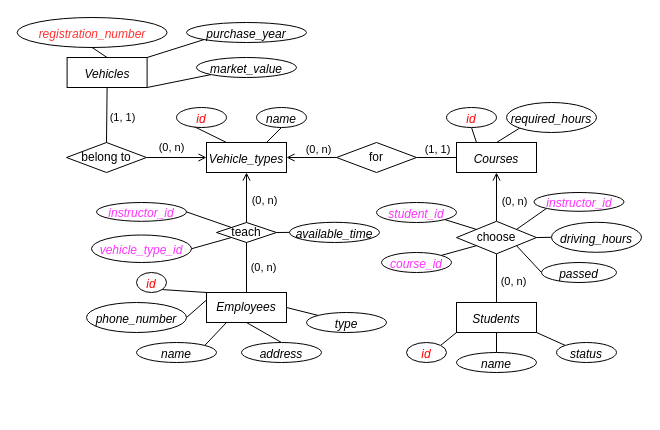
The draw.io diagram 未命名绘图.drawio in Jiangyan-WANG/study_brhm, before the edit. Source tidied: cells renumbered, new cells numbered last; positions are measured from the earlier drawing's top-left corner, leaving out a move shared by most shapes. Both pictures are drawn from the tidied source at 100%, with x=0, y=0 at pixel (17, 17).
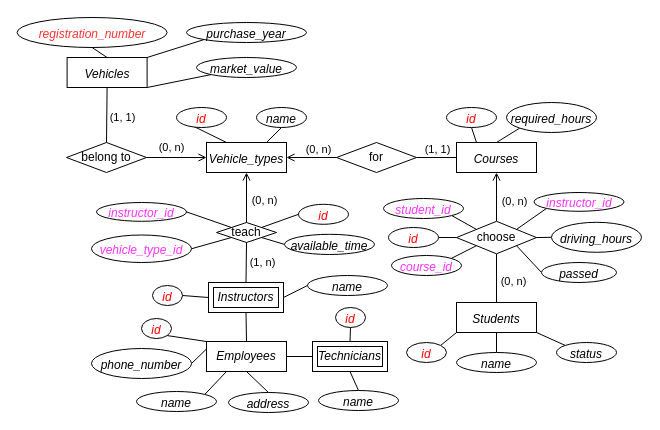
The same page after the edit.

The change refers to these unchanged cells:
```xml
<mxCell id="19" value="choose" style="rhombus;whiteSpace=wrap;html=1;" parent="1" vertex="1">
  <mxGeometry x="439" y="203.8" width="80" height="32.5" as="geometry" />
</mxCell>
<mxCell id="43" value="teach" style="rhombus;whiteSpace=wrap;html=1;" parent="1" vertex="1">
  <mxGeometry x="199" y="205" width="60" height="20" as="geometry" />
</mxCell>
```

What changed in the source:
```diff
@@
-    <mxCell id="20" style="edgeStyle=none;rounded=0;jettySize=auto;html=1;exitX=1;exitY=0.5;exitDx=0;exitDy=0;entryX=0;entryY=0;entryDx=0;entryDy=0;endArrow=none;endFill=0;" parent="1" edge="1" source="22" target="29">
-      <mxGeometry relative="1" as="geometry" />
-    </mxCell>
-    <mxCell id="21" style="edgeStyle=none;rounded=0;jettySize=auto;html=1;exitX=0.5;exitY=0;exitDx=0;exitDy=0;entryX=0.5;entryY=1;entryDx=0;entryDy=0;endArrow=none;endFill=0;" parent="1" edge="1" source="22" target="43">
-      <mxGeometry relative="1" as="geometry" />
-    </mxCell>
+    <mxCell id="73" style="edgeStyle=none;rounded=0;jettySize=auto;html=1;exitX=0.5;exitY=0;exitDx=0;exitDy=0;entryX=0.5;entryY=1;entryDx=0;entryDy=0;fontColor=#000000;endArrow=none;endFill=0;" parent="1" edge="1" source="22" target="80">
+      <mxGeometry relative="1" as="geometry" />
+    </mxCell>
+    <mxCell id="74" style="edgeStyle=none;rounded=0;jettySize=auto;html=1;exitX=1;exitY=0.5;exitDx=0;exitDy=0;entryX=0;entryY=0.5;entryDx=0;entryDy=0;fontColor=#000000;endArrow=none;endFill=0;" parent="1" edge="1" source="22" target="81">
+      <mxGeometry relative="1" as="geometry" />
+    </mxCell>
     <mxCell id="22" value="Employees" style="rounded=0;whiteSpace=wrap;html=1;fontStyle=2;" parent="1" vertex="1">
-      <mxGeometry x="189" y="275" width="80" height="30" as="geometry" />
+      <mxGeometry x="189" y="324" width="80" height="30" as="geometry" />
     </mxCell>
@@
     <mxCell id="24" value="name&lt;span style=&quot;font-size: medium; text-align: start;&quot;&gt;&lt;/span&gt;" style="ellipse;whiteSpace=wrap;html=1;fontStyle=2;verticalAlign=middle;" parent="1" vertex="1">
-      <mxGeometry x="119" y="325" width="80" height="20" as="geometry" />
+      <mxGeometry x="119" y="374" width="80" height="20" as="geometry" />
     </mxCell>
@@
     <mxCell id="26" value="address&lt;span style=&quot;font-size: medium; text-align: start;&quot;&gt;&lt;/span&gt;" style="ellipse;whiteSpace=wrap;html=1;fontStyle=2;verticalAlign=middle;" parent="1" vertex="1">
-      <mxGeometry x="224" y="325" width="80" height="20" as="geometry" />
+      <mxGeometry x="211" y="375" width="80" height="20" as="geometry" />
     </mxCell>
@@
     <mxCell id="28" value="phone_number&lt;span style=&quot;font-size: medium; text-align: start;&quot;&gt;&lt;/span&gt;" style="ellipse;whiteSpace=wrap;html=1;fontStyle=2;verticalAlign=middle;" parent="1" vertex="1">
-      <mxGeometry x="69" y="285" width="100" height="30" as="geometry" />
+      <mxGeometry x="74" y="331" width="100" height="30" as="geometry" />
     </mxCell>
-    <mxCell id="29" value="type&lt;span style=&quot;font-size: medium; text-align: start;&quot;&gt;&lt;/span&gt;" style="ellipse;whiteSpace=wrap;html=1;fontStyle=2;verticalAlign=middle;" parent="1" vertex="1">
-      <mxGeometry x="289" y="295" width="80" height="20" as="geometry" />
-    </mxCell>
@@
     <mxCell id="40" value="id&lt;span style=&quot;font-size: medium; text-align: start;&quot;&gt;&lt;/span&gt;" style="ellipse;whiteSpace=wrap;html=1;fontStyle=2;verticalAlign=middle;fontColor=#FF0000;" parent="1" vertex="1">
-      <mxGeometry x="119" y="255" width="30" height="20" as="geometry" />
+      <mxGeometry x="124" y="301" width="30" height="20" as="geometry" />
     </mxCell>
@@
-    <mxCell id="42" style="edgeStyle=none;rounded=0;jettySize=auto;html=1;exitX=1;exitY=0.5;exitDx=0;exitDy=0;entryX=0;entryY=0.5;entryDx=0;entryDy=0;fontColor=#FF33FF;endArrow=none;endFill=0;" parent="1" edge="1" source="43" target="69">
+    <mxCell id="42" style="edgeStyle=none;rounded=0;jettySize=auto;html=1;exitX=1;exitY=1;exitDx=0;exitDy=0;entryX=0;entryY=0.5;entryDx=0;entryDy=0;fontColor=#FF33FF;endArrow=none;endFill=0;" parent="1" edge="1" source="43" target="69">
       <mxGeometry relative="1" as="geometry" />
     </mxCell>
@@
     <mxCell id="53" value="student_id&lt;span style=&quot;font-size: medium; text-align: start;&quot;&gt;&lt;/span&gt;" style="ellipse;whiteSpace=wrap;html=1;fontStyle=2;verticalAlign=middle;strokeColor=#000000;fontColor=#FF33FF;" parent="1" vertex="1">
-      <mxGeometry x="359" y="185" width="80" height="20" as="geometry" />
+      <mxGeometry x="366" y="181" width="80" height="20" as="geometry" />
     </mxCell>
@@
     <mxCell id="55" value="course_id&lt;span style=&quot;font-size: medium; text-align: start;&quot;&gt;&lt;/span&gt;" style="ellipse;whiteSpace=wrap;html=1;fontStyle=2;verticalAlign=middle;strokeColor=#000000;fontColor=#FF33FF;" parent="1" vertex="1">
-      <mxGeometry x="364" y="235" width="70" height="20" as="geometry" />
+      <mxGeometry x="374" y="238" width="70" height="20" as="geometry" />
     </mxCell>
@@
     <mxCell id="69" value="available_time&lt;span style=&quot;font-size: medium; text-align: start;&quot;&gt;&lt;/span&gt;" style="ellipse;whiteSpace=wrap;html=1;fontStyle=2;verticalAlign=middle;" parent="1" vertex="1">
-      <mxGeometry x="272" y="204.8" width="90" height="20.2" as="geometry" />
+      <mxGeometry x="267" y="216.8" width="90" height="20.2" as="geometry" />
     </mxCell>
@@
-    <mxCell id="71" value="(0, n)" style="edgeLabel;html=1;align=center;verticalAlign=middle;fontColor=#000000;" parent="1" vertex="1">
-      <mxGeometry x="244" y="251" as="geometry">
+    <mxCell id="71" value="(1, n)" style="edgeLabel;html=1;align=center;verticalAlign=middle;fontColor=#000000;" parent="1" vertex="1">
+      <mxGeometry x="243" y="246" as="geometry">
         <mxPoint x="1" y="-2" as="offset" />
       </mxGeometry>
     </mxCell>
@@
+    <mxCell id="75" style="edgeStyle=none;rounded=0;jettySize=auto;html=1;exitX=0;exitY=0.5;exitDx=0;exitDy=0;entryX=1;entryY=0;entryDx=0;entryDy=0;fontColor=#FF33FF;endArrow=none;endFill=0;" parent="1" edge="1" source="76" target="43">
+      <mxGeometry relative="1" as="geometry" />
+    </mxCell>
+    <mxCell id="76" value="id&lt;span style=&quot;font-size: medium; text-align: start;&quot;&gt;&lt;/span&gt;" style="ellipse;whiteSpace=wrap;html=1;fontStyle=2;fontColor=#FF0000;" parent="1" vertex="1">
+      <mxGeometry x="281" y="186.8" width="50" height="20" as="geometry" />
+    </mxCell>
+    <mxCell id="77" style="edgeStyle=none;rounded=0;jettySize=auto;html=1;exitX=1;exitY=0.5;exitDx=0;exitDy=0;entryX=0;entryY=0.5;entryDx=0;entryDy=0;fontColor=#FF33FF;endArrow=none;endFill=0;" parent="1" edge="1" source="78" target="19">
+      <mxGeometry relative="1" as="geometry" />
+    </mxCell>
+    <mxCell id="78" value="id&lt;span style=&quot;font-size: medium; text-align: start;&quot;&gt;&lt;/span&gt;" style="ellipse;whiteSpace=wrap;html=1;fontStyle=2;fontColor=#FF0000;" parent="1" vertex="1">
+      <mxGeometry x="371" y="210" width="50" height="20" as="geometry" />
+    </mxCell>
+    <mxCell id="79" style="edgeStyle=none;rounded=0;jettySize=auto;html=1;exitX=0.5;exitY=0;exitDx=0;exitDy=0;entryX=0.5;entryY=1;entryDx=0;entryDy=0;fontColor=#000000;endArrow=none;endFill=0;" parent="1" edge="1" source="80" target="43">
+      <mxGeometry relative="1" as="geometry" />
+    </mxCell>
+    <mxCell id="80" value="&lt;font color=&quot;#000000&quot;&gt;&lt;i&gt;Instructors&lt;/i&gt;&lt;/font&gt;" style="shape=ext;margin=3;double=1;whiteSpace=wrap;html=1;align=center;shadow=0;sketch=0;strokeColor=default;fontColor=#FF33FF;" parent="1" vertex="1">
+      <mxGeometry x="191" y="265" width="75" height="30" as="geometry" />
+    </mxCell>
+    <mxCell id="81" value="&lt;font color=&quot;#000000&quot;&gt;&lt;i&gt;Technicians&lt;/i&gt;&lt;/font&gt;" style="shape=ext;margin=3;double=1;whiteSpace=wrap;html=1;align=center;shadow=0;sketch=0;strokeColor=default;fontColor=#FF33FF;" parent="1" vertex="1">
+      <mxGeometry x="295" y="324" width="75" height="30" as="geometry" />
+    </mxCell>
+    <mxCell id="82" style="edgeStyle=none;rounded=0;jettySize=auto;html=1;exitX=1;exitY=0.5;exitDx=0;exitDy=0;entryX=0;entryY=0.5;entryDx=0;entryDy=0;fontColor=#000000;endArrow=none;endFill=0;" parent="1" edge="1" source="83" target="80">
+      <mxGeometry relative="1" as="geometry" />
+    </mxCell>
+    <mxCell id="83" value="id&lt;span style=&quot;font-size: medium; text-align: start;&quot;&gt;&lt;/span&gt;" style="ellipse;whiteSpace=wrap;html=1;fontStyle=2;verticalAlign=middle;fontColor=#FF0000;" parent="1" vertex="1">
+      <mxGeometry x="135" y="268" width="30" height="20" as="geometry" />
+    </mxCell>
+    <mxCell id="84" style="edgeStyle=none;rounded=0;jettySize=auto;html=1;exitX=0;exitY=0.5;exitDx=0;exitDy=0;entryX=1;entryY=0.5;entryDx=0;entryDy=0;fontColor=#000000;endArrow=none;endFill=0;" parent="1" edge="1" source="85" target="80">
+      <mxGeometry relative="1" as="geometry" />
+    </mxCell>
+    <mxCell id="85" value="name&lt;span style=&quot;font-size: medium; text-align: start;&quot;&gt;&lt;/span&gt;" style="ellipse;whiteSpace=wrap;html=1;fontStyle=2;verticalAlign=middle;" parent="1" vertex="1">
+      <mxGeometry x="290" y="258" width="80" height="20" as="geometry" />
+    </mxCell>
+    <mxCell id="86" style="edgeStyle=none;rounded=0;jettySize=auto;html=1;exitX=0.5;exitY=0;exitDx=0;exitDy=0;entryX=0.5;entryY=1;entryDx=0;entryDy=0;fontColor=#000000;endArrow=none;endFill=0;" parent="1" edge="1" source="87" target="81">
+      <mxGeometry relative="1" as="geometry" />
+    </mxCell>
+    <mxCell id="87" value="name&lt;span style=&quot;font-size: medium; text-align: start;&quot;&gt;&lt;/span&gt;" style="ellipse;whiteSpace=wrap;html=1;fontStyle=2;verticalAlign=middle;" parent="1" vertex="1">
+      <mxGeometry x="301" y="373" width="80" height="20" as="geometry" />
+    </mxCell>
+    <mxCell id="88" style="edgeStyle=none;rounded=0;jettySize=auto;html=1;exitX=0.5;exitY=1;exitDx=0;exitDy=0;entryX=0.5;entryY=0;entryDx=0;entryDy=0;fontColor=#000000;endArrow=none;endFill=0;" parent="1" edge="1" source="89" target="81">
+      <mxGeometry relative="1" as="geometry" />
+    </mxCell>
+    <mxCell id="89" value="id&lt;span style=&quot;font-size: medium; text-align: start;&quot;&gt;&lt;/span&gt;" style="ellipse;whiteSpace=wrap;html=1;fontStyle=2;verticalAlign=middle;fontColor=#FF0000;" parent="1" vertex="1">
+      <mxGeometry x="318" y="290" width="30" height="20" as="geometry" />
+    </mxCell>
```
